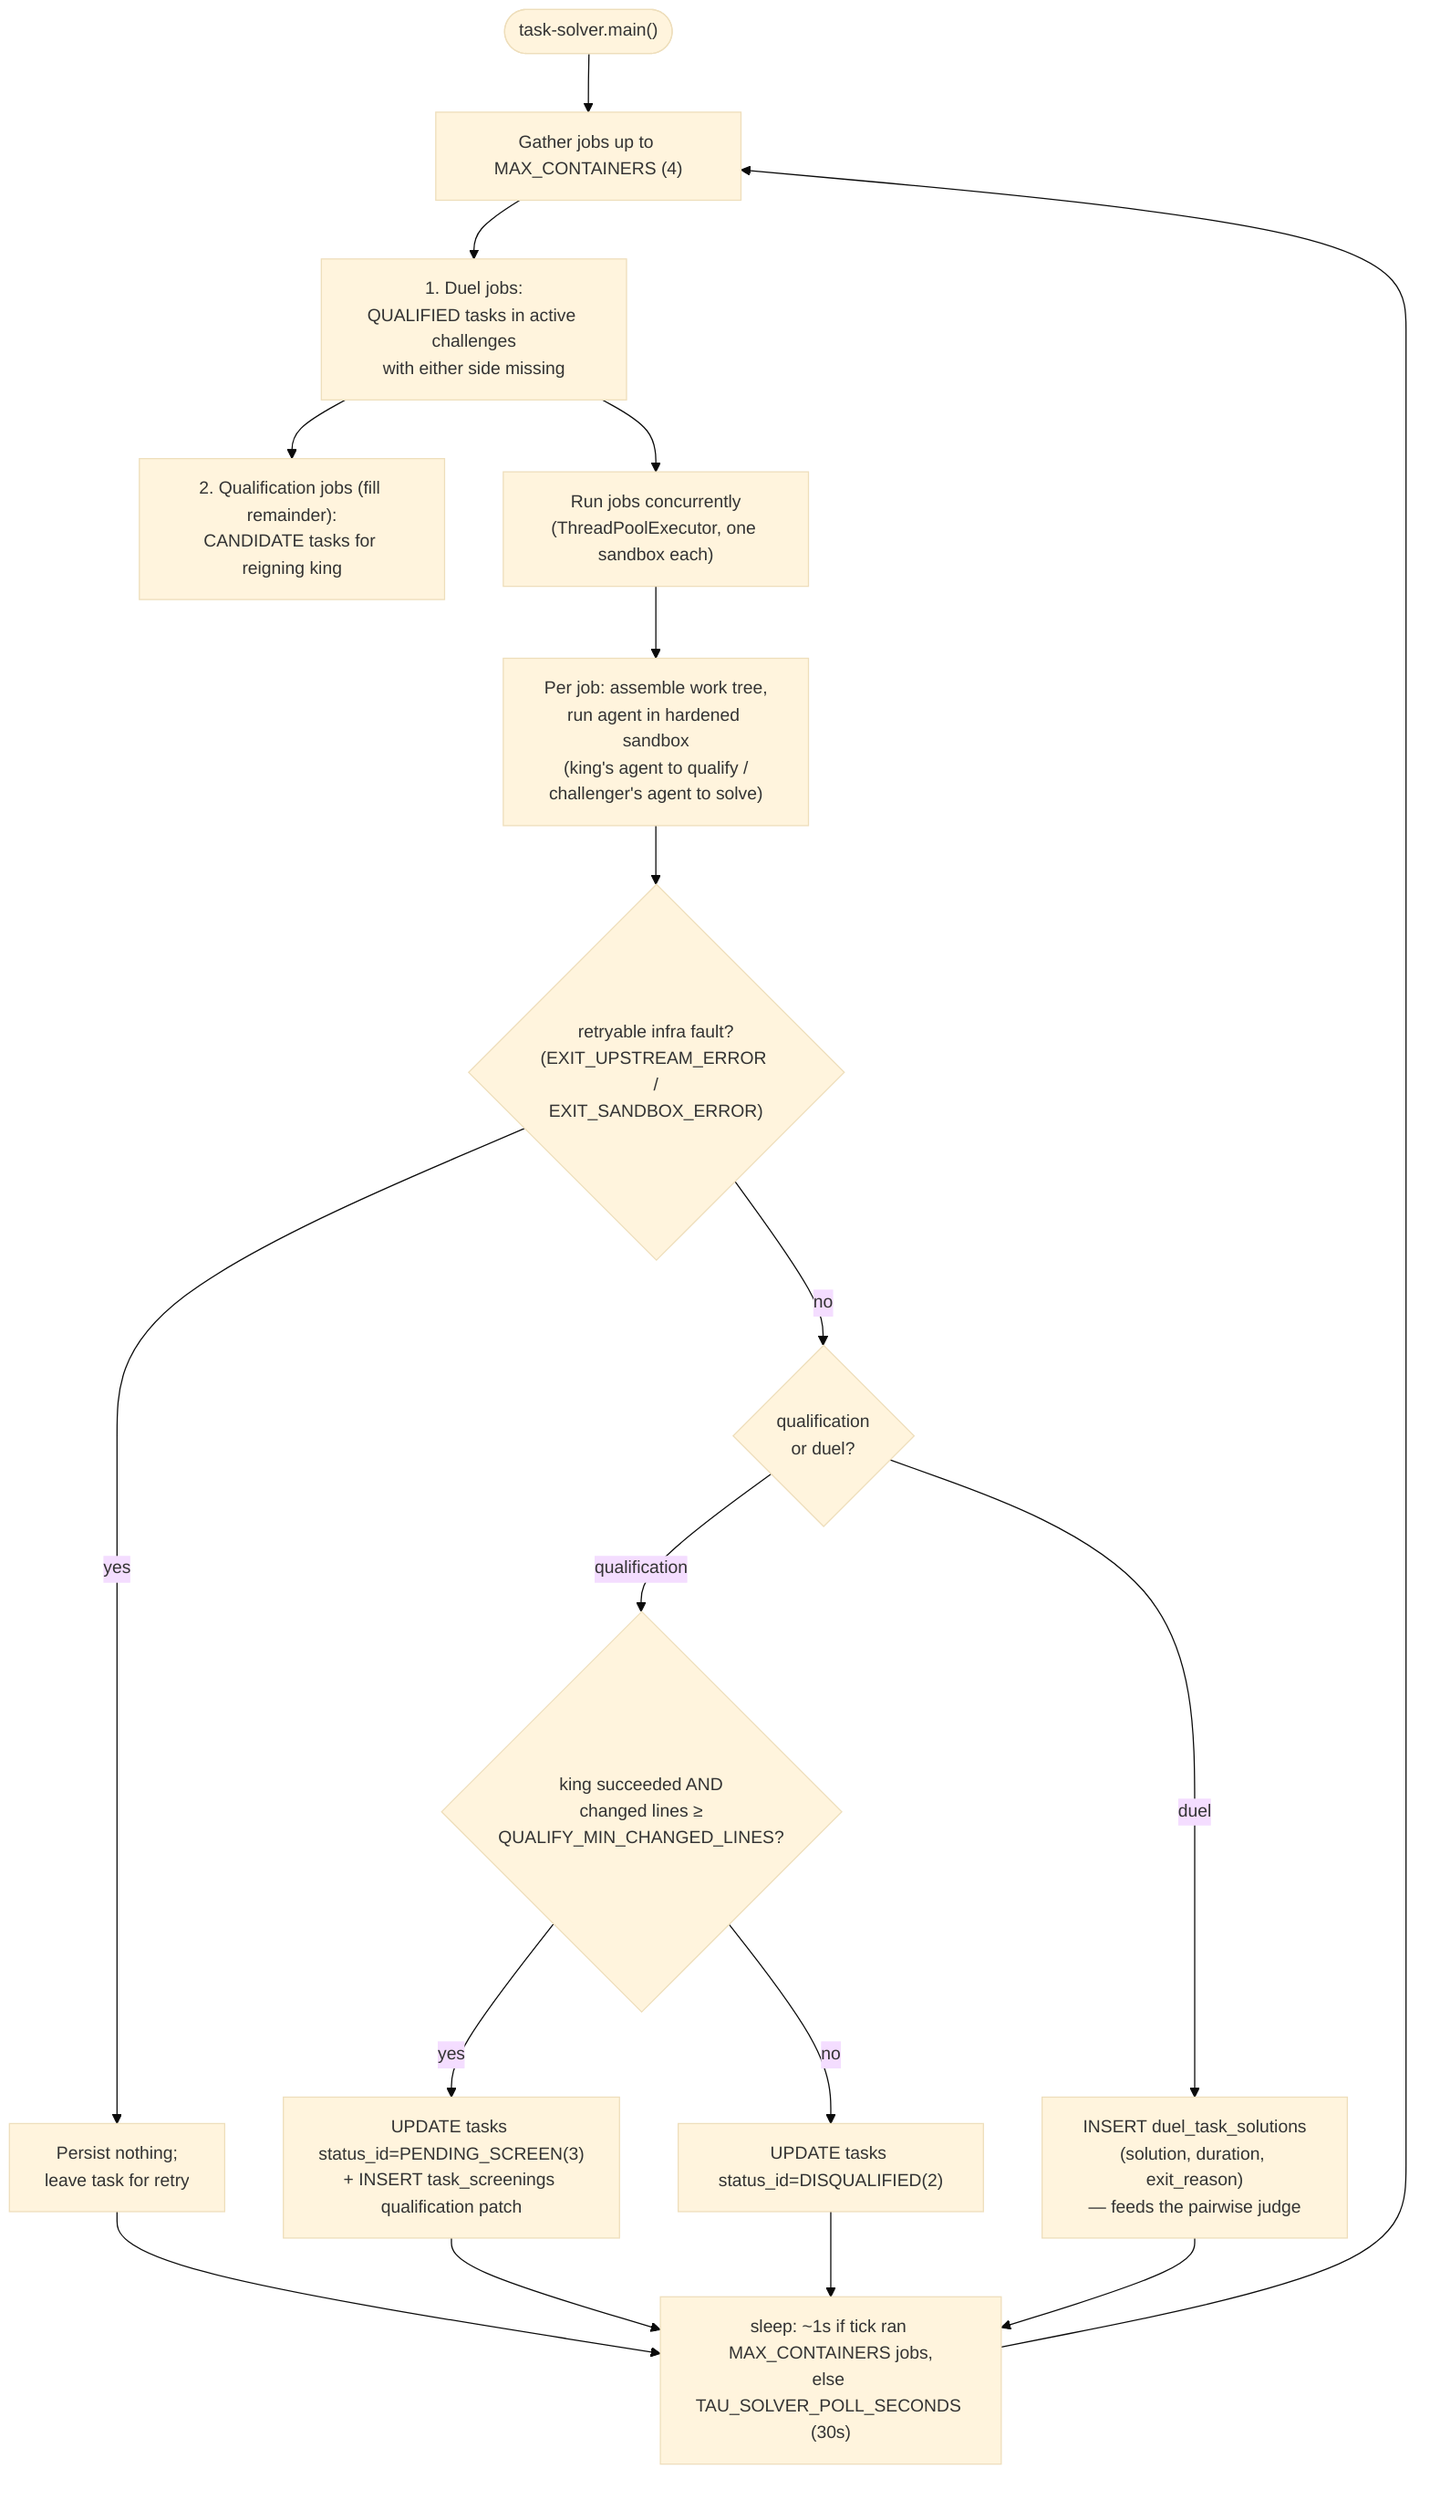
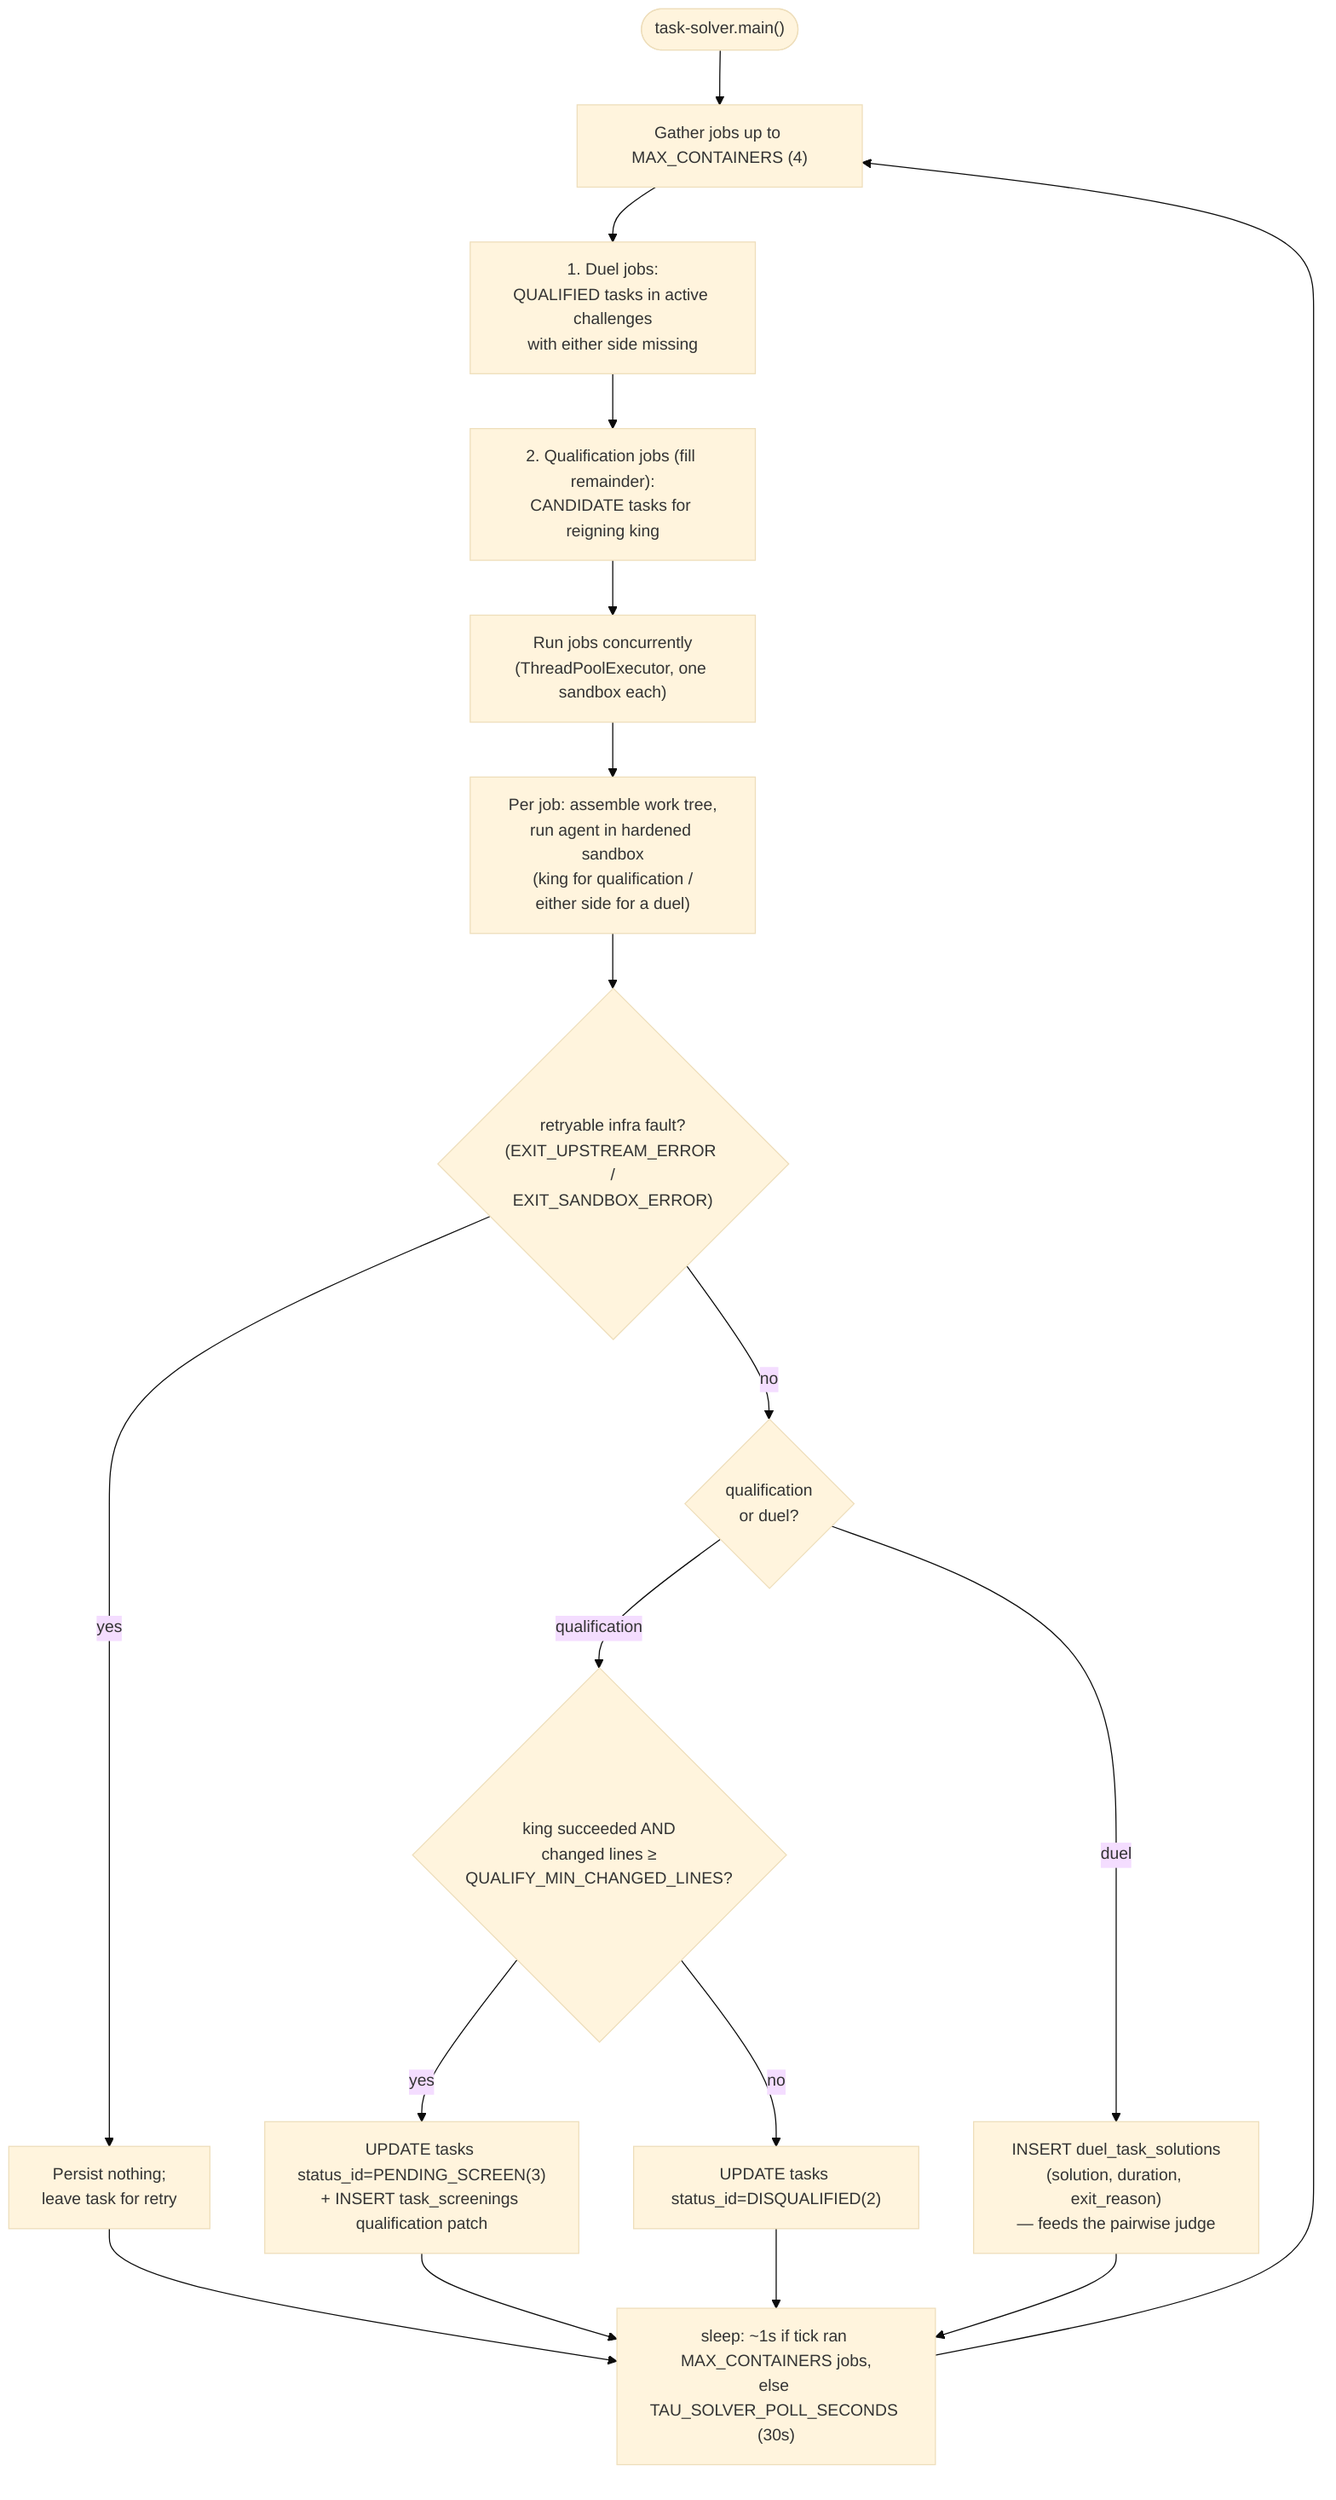
%%{init: {"theme": "base", "themeVariables": {"fontSize": "15px"}}}%%
flowchart TB
    start(["task-solver.main()"]) --> gather["Gather jobs up to MAX_CONTAINERS (4)"]
    gather --> cjobs["1. Duel jobs:<br/>QUALIFIED tasks in active challenges<br/>with either side missing"]
    cjobs --> qjobs["2. Qualification jobs (fill remainder):<br/>CANDIDATE tasks for reigning king"]
-     cjobs --> pool["Run jobs concurrently<br/>(ThreadPoolExecutor, one sandbox each)"]
+     qjobs --> pool["Run jobs concurrently<br/>(ThreadPoolExecutor, one sandbox each)"]

-     pool --> run["Per job: assemble work tree,<br/>run agent in hardened sandbox<br/>(king's agent to qualify /<br/>challenger's agent to solve)"]
+     pool --> run["Per job: assemble work tree,<br/>run agent in hardened sandbox<br/>(king for qualification /<br/>either side for a duel)"]
    run --> infra{"retryable infra fault?<br/>(EXIT_UPSTREAM_ERROR /<br/>EXIT_SANDBOX_ERROR)"}
    infra -- yes --> leave["Persist nothing;<br/>leave task for retry"]
    infra -- no --> kind{"qualification<br/>or duel?"}

    kind -- qualification --> qrule{"king succeeded AND<br/>changed lines ≥<br/>QUALIFY_MIN_CHANGED_LINES?"}
    qrule -- yes --> qual["UPDATE tasks status_id=PENDING_SCREEN(3)<br/>+ INSERT task_screenings qualification patch"]
    qrule -- no --> disq["UPDATE tasks status_id=DISQUALIFIED(2)"]

    kind -- duel --> csave["INSERT duel_task_solutions<br/>(solution, duration, exit_reason)<br/>— feeds the pairwise judge"]

    leave --> sleep["sleep: ~1s if tick ran MAX_CONTAINERS jobs,<br/>else TAU_SOLVER_POLL_SECONDS (30s)"]
    qual --> sleep
    disq --> sleep
    csave --> sleep
    sleep --> gather
